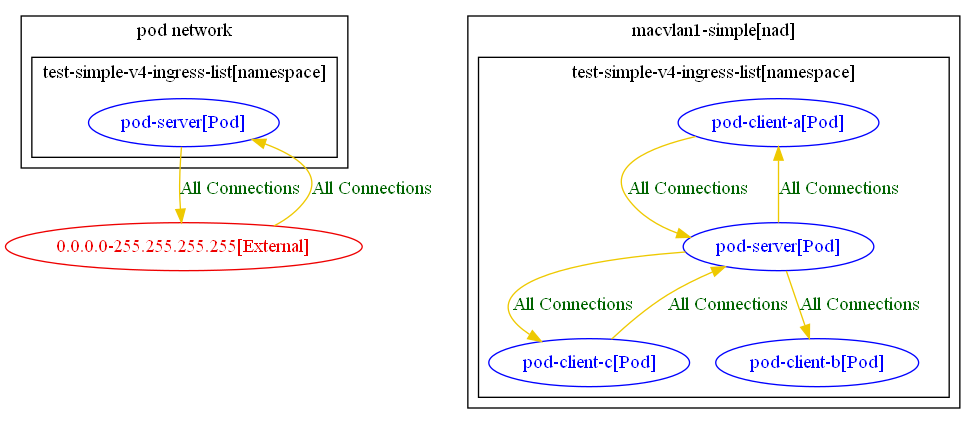
This is test_outputs/connlist/nad_test_10_focus_workload_pod-server_connlist_output.dot.png from np-guard/netpol-analyzer, a Graphviz export, as it was before one commit. Its source is kept beside it as test_outputs/connlist/nad_test_10_focus_workload_pod-server_connlist_output.dot.
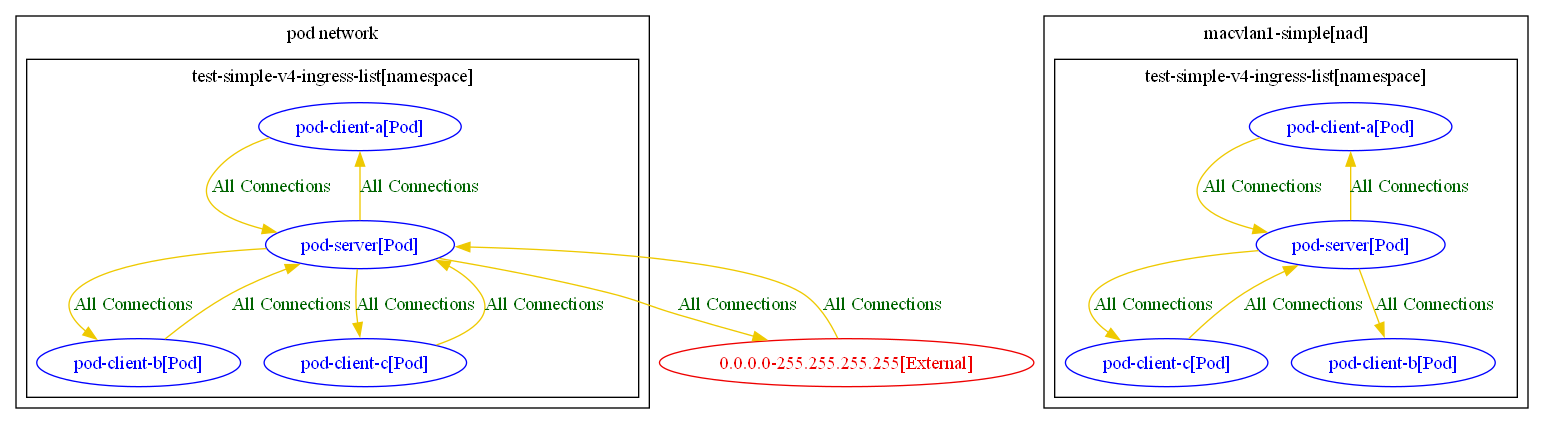
Later version of the same file.

The edit, as a diff of the source:
```diff
@@ -4,6 +4,9 @@
 	subgraph "cluster_test_simple_v4_ingress_list[namespace]" {
 		color="black"
 		fontcolor="black"
+		"test-simple-v4-ingress-list/pod-client-a[Pod]" [label="pod-client-a[Pod]" color="blue" fontcolor="blue"]
+		"test-simple-v4-ingress-list/pod-client-b[Pod]" [label="pod-client-b[Pod]" color="blue" fontcolor="blue"]
+		"test-simple-v4-ingress-list/pod-client-c[Pod]" [label="pod-client-c[Pod]" color="blue" fontcolor="blue"]
 		"test-simple-v4-ingress-list/pod-server[Pod]" [label="pod-server[Pod]" color="blue" fontcolor="blue"]
 		label="test-simple-v4-ingress-list[namespace]"
 	}
@@ -22,9 +25,15 @@
 	}
 	"0.0.0.0-255.255.255.255[External]" [label="0.0.0.0-255.255.255.255[External]" color="red2" fontcolor="red2"]
 	"0.0.0.0-255.255.255.255[External]" -> "test-simple-v4-ingress-list/pod-server[Pod]" [label="All Connections" color="gold2" fontcolor="darkgreen" weight=0.5]
+	"test-simple-v4-ingress-list/pod-client-a[Pod]" -> "test-simple-v4-ingress-list/pod-server[Pod]" [label="All Connections" color="gold2" fontcolor="darkgreen" weight=0.5]
 	"test-simple-v4-ingress-list/pod-client-a[Pod]macvlan1-simple" -> "test-simple-v4-ingress-list/pod-server[Pod]macvlan1-simple" [label="All Connections" color="gold2" fontcolor="darkgreen" weight=0.5]
+	"test-simple-v4-ingress-list/pod-client-b[Pod]" -> "test-simple-v4-ingress-list/pod-server[Pod]" [label="All Connections" color="gold2" fontcolor="darkgreen" weight=0.5]
+	"test-simple-v4-ingress-list/pod-client-c[Pod]" -> "test-simple-v4-ingress-list/pod-server[Pod]" [label="All Connections" color="gold2" fontcolor="darkgreen" weight=0.5]
 	"test-simple-v4-ingress-list/pod-client-c[Pod]macvlan1-simple" -> "test-simple-v4-ingress-list/pod-server[Pod]macvlan1-simple" [label="All Connections" color="gold2" fontcolor="darkgreen" weight=0.5]
 	"test-simple-v4-ingress-list/pod-server[Pod]" -> "0.0.0.0-255.255.255.255[External]" [label="All Connections" color="gold2" fontcolor="darkgreen" weight=1]
+	"test-simple-v4-ingress-list/pod-server[Pod]" -> "test-simple-v4-ingress-list/pod-client-a[Pod]" [label="All Connections" color="gold2" fontcolor="darkgreen" weight=1]
+	"test-simple-v4-ingress-list/pod-server[Pod]" -> "test-simple-v4-ingress-list/pod-client-b[Pod]" [label="All Connections" color="gold2" fontcolor="darkgreen" weight=1]
+	"test-simple-v4-ingress-list/pod-server[Pod]" -> "test-simple-v4-ingress-list/pod-client-c[Pod]" [label="All Connections" color="gold2" fontcolor="darkgreen" weight=1]
 	"test-simple-v4-ingress-list/pod-server[Pod]macvlan1-simple" -> "test-simple-v4-ingress-list/pod-client-a[Pod]macvlan1-simple" [label="All Connections" color="gold2" fontcolor="darkgreen" weight=1]
 	"test-simple-v4-ingress-list/pod-server[Pod]macvlan1-simple" -> "test-simple-v4-ingress-list/pod-client-b[Pod]macvlan1-simple" [label="All Connections" color="gold2" fontcolor="darkgreen" weight=1]
 	"test-simple-v4-ingress-list/pod-server[Pod]macvlan1-simple" -> "test-simple-v4-ingress-list/pod-client-c[Pod]macvlan1-simple" [label="All Connections" color="gold2" fontcolor="darkgreen" weight=1]
```
